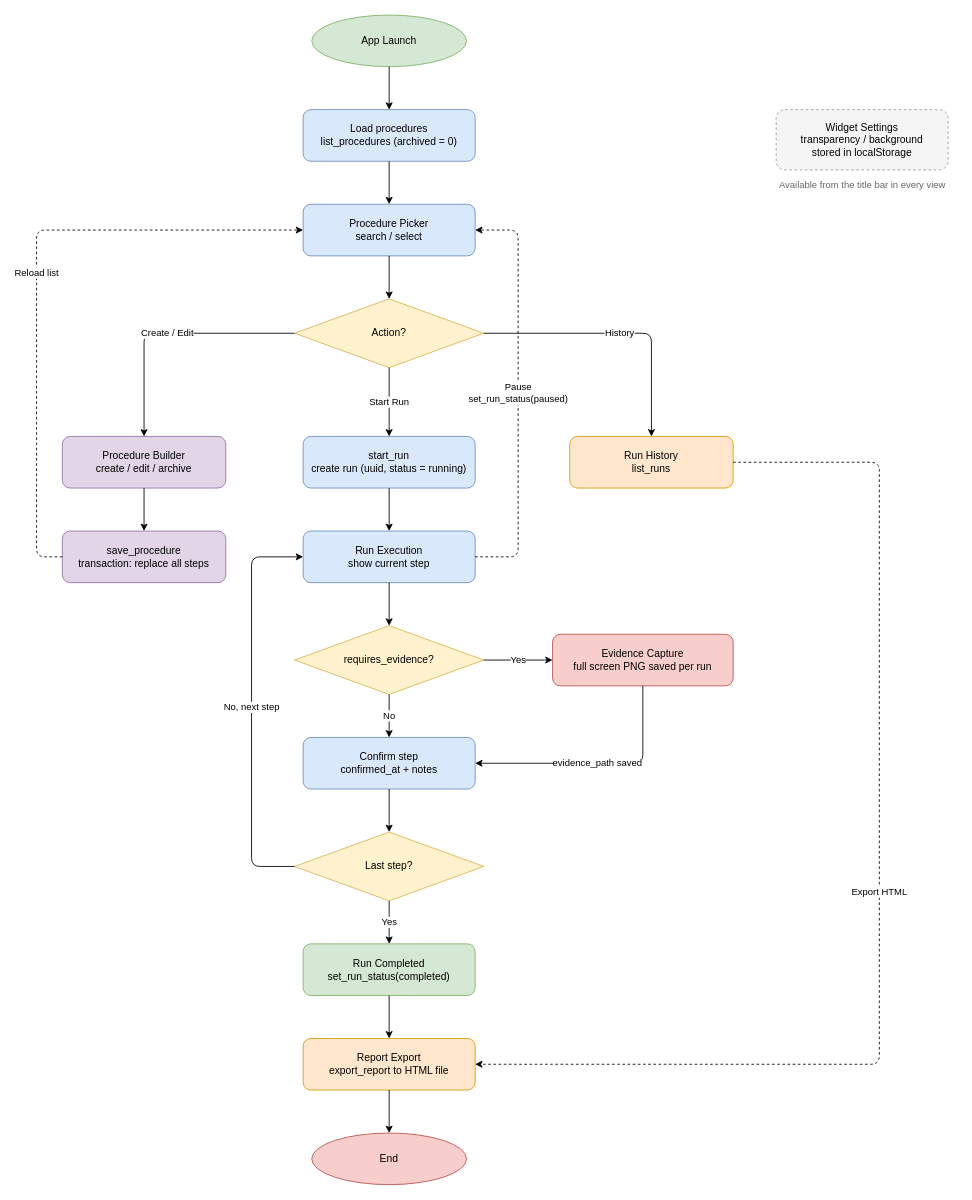
Earlier version of the draw.io diagram docs/diagram/overview/overview-flow.drawio (minhhoang1907994-cmyk/sop-widget). Source tidied: cells renumbered, new cells numbered last; positions are measured from the earlier drawing's top-left corner, leaving out a move shared by most shapes. Both pictures are drawn from the tidied source at 86%, with x=0, y=0 at pixel (36, 15).
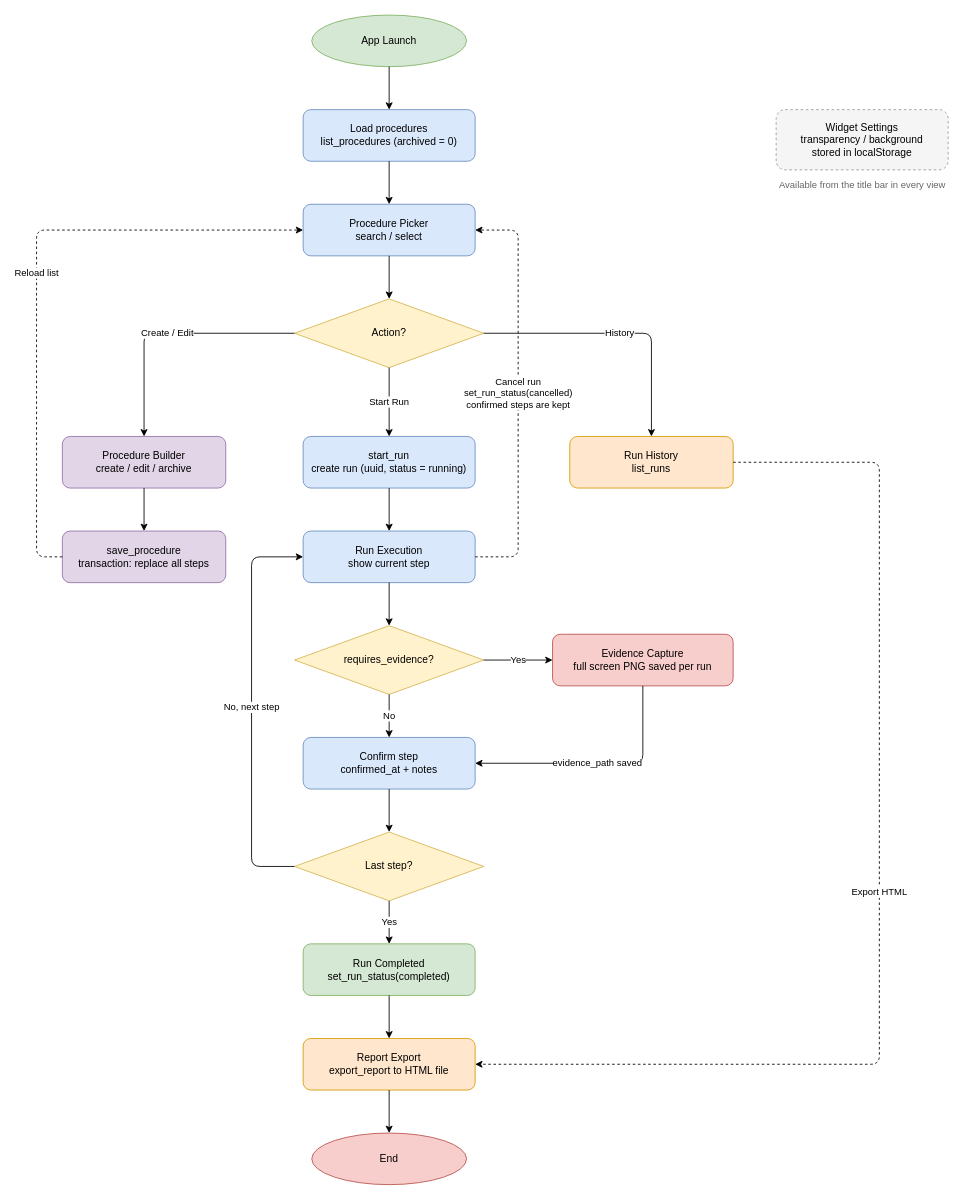
The same page after the edit.

The change refers to these unchanged cells:
```xml
<mxCell id="4" value="Procedure Picker&#10;search / select" style="rounded=1;whiteSpace=wrap;html=1;fillColor=#dae8fc;strokeColor=#6c8ebf;" parent="1" vertex="1">
  <mxGeometry x="310" y="220" width="200" height="60" as="geometry" />
</mxCell>
<mxCell id="10" value="Run Execution&#10;show current step" style="rounded=1;whiteSpace=wrap;html=1;fillColor=#dae8fc;strokeColor=#6c8ebf;" parent="1" vertex="1">
  <mxGeometry x="310" y="600" width="200" height="60" as="geometry" />
</mxCell>
```

Change to the diagram source:
```diff
@@
-    <mxCell id="39" value="Pause&#10;set_run_status(paused)" style="edgeStyle=orthogonalEdgeStyle;html=1;dashed=1;exitX=1;exitY=0.5;entryX=1;entryY=0.5;" parent="1" edge="1" source="10" target="4">
+    <mxCell id="39" value="Cancel run&#10;set_run_status(cancelled)&#10;confirmed steps are kept" style="edgeStyle=orthogonalEdgeStyle;html=1;dashed=1;exitX=1;exitY=0.5;entryX=1;entryY=0.5;" parent="1" edge="1" source="10" target="4">
       <mxGeometry relative="1" as="geometry">
         <Array as="points">
           <mxPoint x="560" y="630" />
           <mxPoint x="560" y="250" />
         </Array>
       </mxGeometry>
     </mxCell>
```
